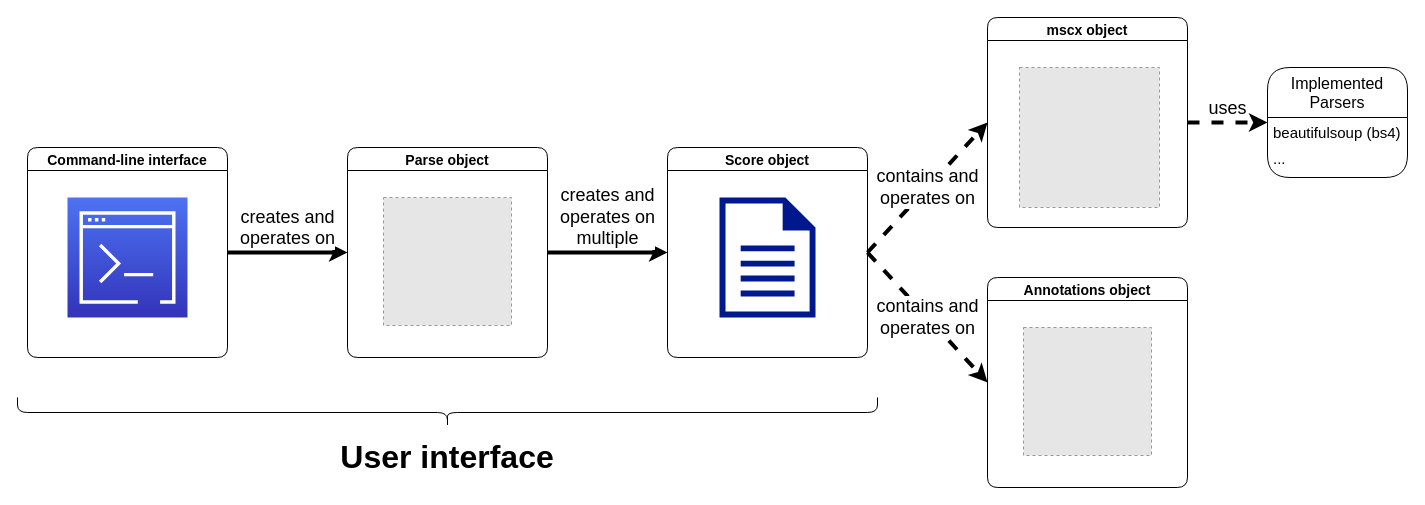
Before: docs/ms3_architecture.drawio in johentsch/ms3, a draw.io diagram. Source tidied: cells renumbered, new cells numbered last; positions are measured from the earlier drawing's top-left corner, leaving out a move shared by most shapes. Both pictures are drawn from the tidied source at 100%, with x=0, y=0 at pixel (27, -18). Pictures stored in the file or linked from it are replaced by grey dashed boxes.
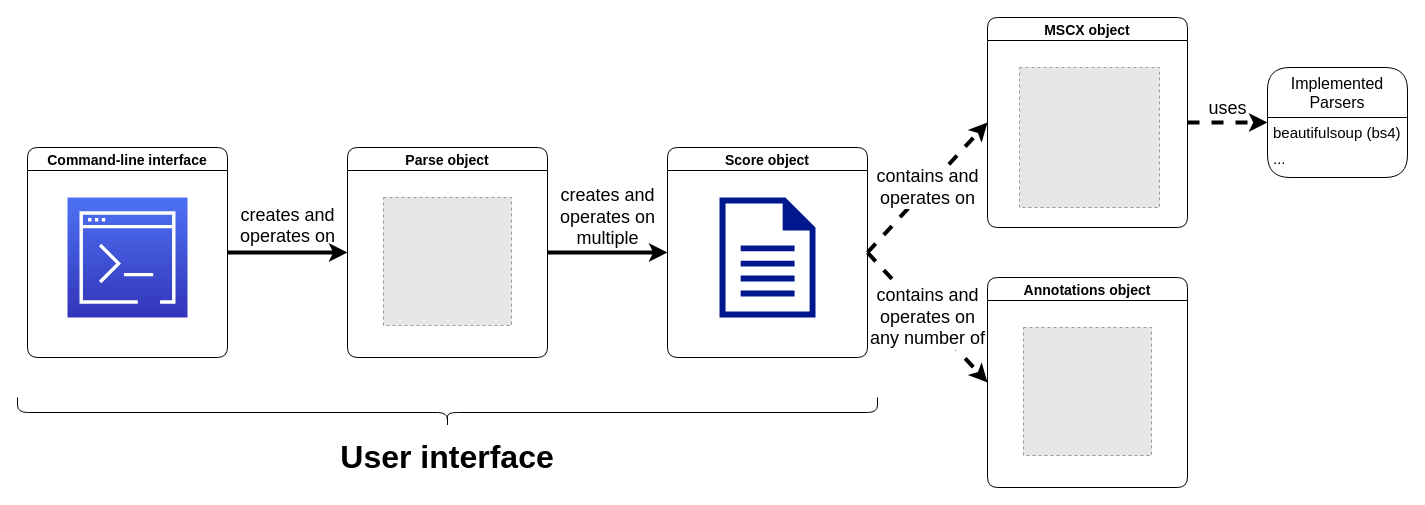
The same diagram, later.

Unchanged cells that the change refers to:
```xml
<mxCell id="3" value="Command-line interface" style="swimlane;rounded=1;startSize=23;fontSize=14;" parent="1" vertex="1">
  <mxGeometry y="165" width="200" height="210" as="geometry" />
</mxCell>
<mxCell id="6" value="Parse object" style="swimlane;rounded=1;fontSize=14;" parent="1" vertex="1">
  <mxGeometry x="320" y="165" width="200" height="210" as="geometry" />
</mxCell>
<mxCell id="10" value="Score object" style="swimlane;rounded=1;fontSize=14;" parent="1" vertex="1">
  <mxGeometry x="640" y="165" width="200" height="210" as="geometry" />
</mxCell>
<mxCell id="15" value="Annotations object" style="swimlane;rounded=1;fontSize=14;" parent="1" vertex="1">
  <mxGeometry x="960" y="295" width="200" height="210" as="geometry" />
</mxCell>
```

Change to the diagram source:
```diff
@@
-    <mxCell id="2" value="&lt;div style=&quot;font-size: 18px;&quot;&gt;&lt;font style=&quot;font-size: 18px;&quot;&gt;creates and &lt;br style=&quot;font-size: 18px;&quot;&gt;&lt;/font&gt;&lt;/div&gt;&lt;div style=&quot;font-size: 18px;&quot;&gt;&lt;font style=&quot;font-size: 18px;&quot;&gt;operates on&lt;br style=&quot;font-size: 18px;&quot;&gt;&lt;/font&gt;&lt;/div&gt;" style="edgeStyle=orthogonalEdgeStyle;rounded=0;jettySize=auto;html=1;entryX=0;entryY=0.5;entryDx=0;entryDy=0;strokeWidth=4;verticalAlign=bottom;fontSize=18;" parent="1" edge="1" source="3" target="6">
+    <mxCell id="2" value="&lt;div style=&quot;font-size: 18px;&quot;&gt;&lt;font style=&quot;font-size: 18px;&quot;&gt;creates and &lt;br style=&quot;font-size: 18px;&quot;&gt;&lt;/font&gt;&lt;/div&gt;&lt;div style=&quot;font-size: 18px;&quot;&gt;&lt;font style=&quot;font-size: 18px;&quot;&gt;operates on&lt;br style=&quot;font-size: 18px;&quot;&gt;&lt;/font&gt;&lt;/div&gt;" style="edgeStyle=orthogonalEdgeStyle;rounded=0;jettySize=auto;html=1;entryX=0;entryY=0.5;entryDx=0;entryDy=0;strokeWidth=4;verticalAlign=bottom;fontSize=18;labelBackgroundColor=none;spacingLeft=0;spacingBottom=2;" parent="1" edge="1" source="3" target="6">
       <mxGeometry relative="1" as="geometry" />
     </mxCell>
@@
-    <mxCell id="5" value="&lt;div style=&quot;font-size: 18px;&quot;&gt;creates and &lt;br style=&quot;font-size: 18px;&quot;&gt;&lt;/div&gt;&lt;div style=&quot;font-size: 18px;&quot;&gt;operates on&lt;/div&gt;&lt;div style=&quot;font-size: 18px;&quot;&gt;multiple&lt;br style=&quot;font-size: 18px;&quot;&gt;&lt;/div&gt;" style="edgeStyle=orthogonalEdgeStyle;rounded=0;jettySize=auto;html=1;entryX=0;entryY=0.5;entryDx=0;entryDy=0;strokeWidth=4;verticalAlign=bottom;fontSize=18;" parent="1" edge="1" source="6" target="10">
+    <mxCell id="5" value="&lt;div style=&quot;font-size: 18px;&quot;&gt;creates and &lt;br style=&quot;font-size: 18px;&quot;&gt;&lt;/div&gt;&lt;div style=&quot;font-size: 18px;&quot;&gt;operates on&lt;/div&gt;&lt;div style=&quot;font-size: 18px;&quot;&gt;multiple&lt;br style=&quot;font-size: 18px;&quot;&gt;&lt;/div&gt;" style="edgeStyle=orthogonalEdgeStyle;rounded=0;jettySize=auto;html=1;entryX=0;entryY=0.5;entryDx=0;entryDy=0;strokeWidth=4;verticalAlign=bottom;fontSize=18;labelBackgroundColor=none;" parent="1" edge="1" source="6" target="10">
       <mxGeometry relative="1" as="geometry" />
     </mxCell>
@@
-    <mxCell id="9" value="&lt;div style=&quot;font-size: 18px;&quot;&gt;&lt;font style=&quot;font-size: 18px&quot;&gt;contains and&lt;/font&gt;&lt;/div&gt;&lt;div style=&quot;font-size: 18px;&quot;&gt;&lt;font style=&quot;font-size: 18px&quot;&gt;operates on&lt;br style=&quot;font-size: 18px;&quot;&gt;&lt;/font&gt;&lt;/div&gt;" style="edgeStyle=none;rounded=0;jettySize=auto;html=1;exitX=1;exitY=0.5;exitDx=0;exitDy=0;entryX=0;entryY=0.5;entryDx=0;entryDy=0;fontSize=18;strokeWidth=4;verticalAlign=middle;dashed=1;" parent="1" edge="1" source="10" target="15">
+    <mxCell id="9" value="&lt;div style=&quot;font-size: 18px&quot;&gt;&lt;font style=&quot;font-size: 18px&quot;&gt;contains and&lt;/font&gt;&lt;/div&gt;&lt;div style=&quot;font-size: 18px&quot;&gt;&lt;font style=&quot;font-size: 18px&quot;&gt;operates on&lt;/font&gt;&lt;/div&gt;&lt;div style=&quot;font-size: 18px&quot;&gt;&lt;font style=&quot;font-size: 18px&quot;&gt;any number of&lt;br style=&quot;font-size: 18px&quot;&gt;&lt;/font&gt;&lt;/div&gt;" style="edgeStyle=none;rounded=0;jettySize=auto;html=1;exitX=1;exitY=0.5;exitDx=0;exitDy=0;entryX=0;entryY=0.5;entryDx=0;entryDy=0;fontSize=18;strokeWidth=4;verticalAlign=middle;dashed=1;labelBackgroundColor=default;" parent="1" edge="1" source="10" target="15">
       <mxGeometry relative="1" as="geometry" />
     </mxCell>
@@
-    <mxCell id="13" value="mscx object" style="swimlane;rounded=1;fontSize=14;" parent="1" vertex="1">
+    <mxCell id="13" value="MSCX object" style="swimlane;rounded=1;fontSize=14;" parent="1" vertex="1">
       <mxGeometry x="960" y="35" width="200" height="210" as="geometry" />
     </mxCell>
```
